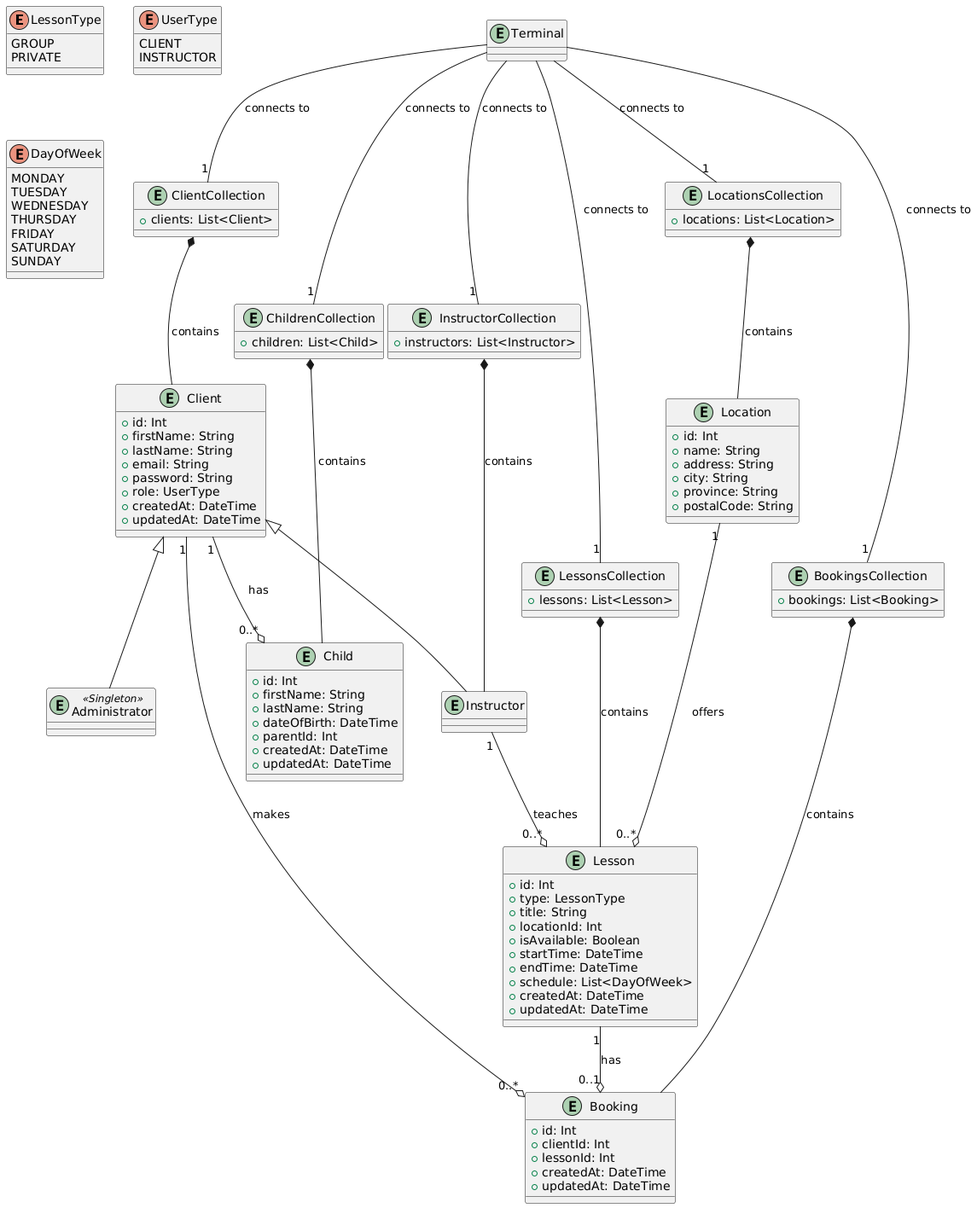
Before: iterationDeliverables/iteration-2/DomainModel/DomainModel.png, a diagram exported from PlantUML (Niravanaa/Alouer-SOEN342).
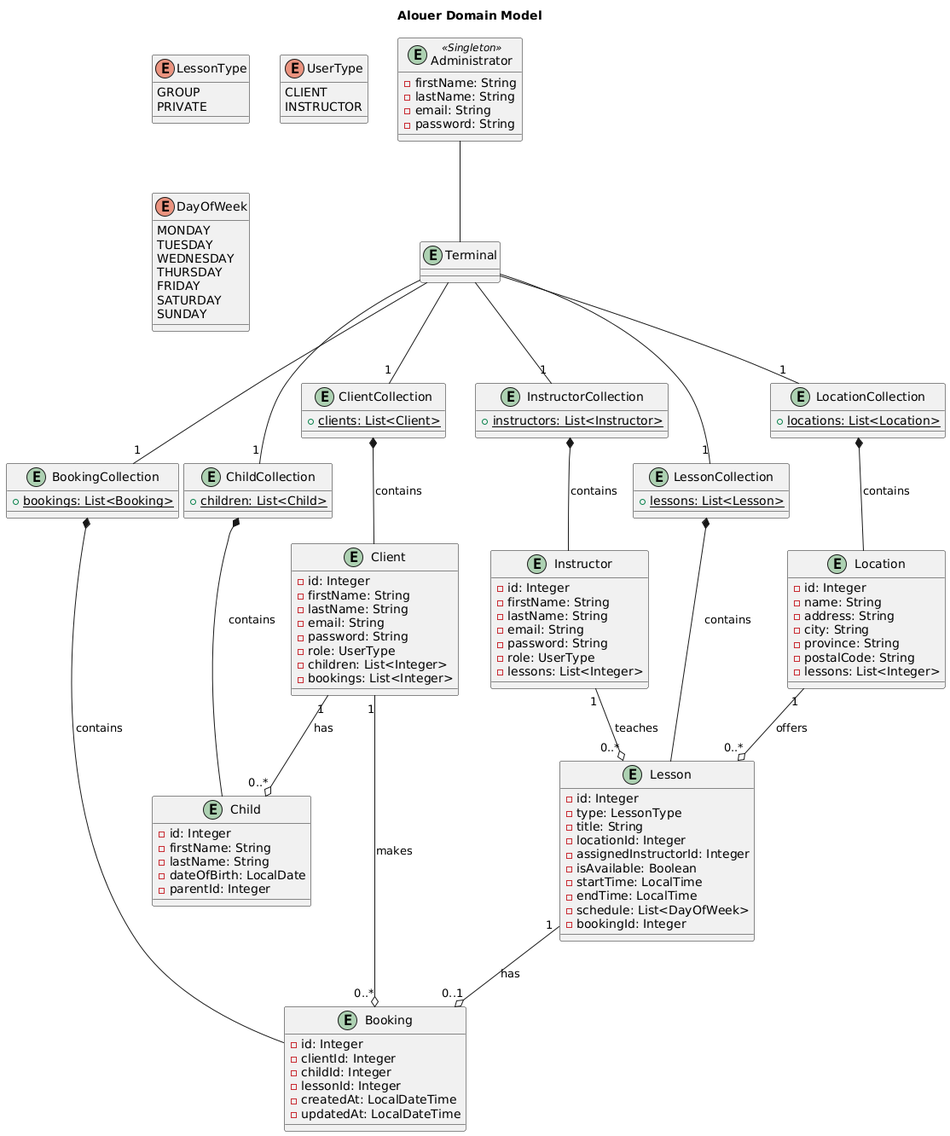
The same diagram one commit later.

Diff of the diagram source:
```diff
@@ -1,110 +1,127 @@
 @startuml
+title Alouer Domain Model
+
+
 enum LessonType {
-    GROUP
-    PRIVATE
+  GROUP
+  PRIVATE
 }
 
 enum UserType {
-    CLIENT
-    INSTRUCTOR
+  CLIENT
+  INSTRUCTOR
 }
 
 enum DayOfWeek {
-    MONDAY
-    TUESDAY
-    WEDNESDAY
-    THURSDAY
-    FRIDAY
-    SATURDAY
-    SUNDAY
+  MONDAY
+  TUESDAY
+  WEDNESDAY
+  THURSDAY
+  FRIDAY
+  SATURDAY
+  SUNDAY
 }
 
+
 entity "Administrator" <<Singleton>> {
+  -firstName: String
+  -lastName: String
+  -email: String
+  -password: String
+}
+
+entity "Child" {
+  -id: Integer
+  -firstName: String
+  -lastName: String
+  -dateOfBirth: LocalDate
+  -parentId: Integer
 }
 
 entity "Client" {
-    +id: Int
-    +firstName: String
-    +lastName: String
-    +email: String
-    +password: String
-    +role: UserType
-    +createdAt: DateTime
-    +updatedAt: DateTime
+  -id: Integer
+  -firstName: String
+  -lastName: String
+  -email: String
+  -password: String
+  -role: UserType
+  -children: List<Integer>
+  -bookings: List<Integer>
 }
 
-entity "Child" {
-    +id: Int
-    +firstName: String
-    +lastName: String
-    +dateOfBirth: DateTime
-    +parentId: Int
-    +createdAt: DateTime
-    +updatedAt: DateTime
+entity "Instructor" {
+  -id: Integer
+  -firstName: String
+  -lastName: String
+  -email: String
+  -password: String
+  -role: UserType
+  -lessons: List<Integer>
 }
 
 entity "Location" {
-    +id: Int
-    +name: String
-    +address: String
-    +city: String
-    +province: String
-    +postalCode: String
+  -id: Integer
+  -name: String
+  -address: String
+  -city: String
+  -province: String
+  -postalCode: String
+  -lessons: List<Integer>
+}
+
+
+entity "Booking" {
+  -id: Integer
+  -clientId: Integer
+  -childId: Integer
+  -lessonId: Integer
+  -createdAt: LocalDateTime
+  -updatedAt: LocalDateTime
 }
 
 entity "Lesson" {
-    +id: Int
-    +type: LessonType
-    +title: String
-    +locationId: Int
-    +isAvailable: Boolean
-    +startTime: DateTime
-    +endTime: DateTime
-    +schedule: List<DayOfWeek>
-    +createdAt: DateTime
-    +updatedAt: DateTime
+  -id: Integer
+  -type: LessonType
+  -title: String
+  -locationId: Integer
+  -assignedInstructorId: Integer
+  -isAvailable: Boolean
+  -startTime: LocalTime
+  -endTime: LocalTime
+  -schedule: List<DayOfWeek>
+  -bookingId: Integer
 }
 
-entity "Booking" {
-    +id: Int
-    +clientId: Int
-    +lessonId: Int
-    +createdAt: DateTime
-    +updatedAt: DateTime
+
+entity "BookingCollection" {
+  {static} +bookings: List<Booking>
 }
 
-entity "Instructor" {
+entity "ChildCollection" {
+  {static} +children: List<Child>
 }
 
 entity "ClientCollection" {
-    +clients: List<Client>
+  {static} +clients: List<Client>
 }
 
 entity "InstructorCollection" {
-    +instructors: List<Instructor>
+  {static} +instructors: List<Instructor>
 }
 
-entity "ChildrenCollection" {
-    +children: List<Child>
+entity "LessonCollection" {
+  {static} +lessons: List<Lesson>
 }
 
-entity "LocationsCollection" {
-    +locations: List<Location>
+entity "LocationCollection" {
+  {static} +locations: List<Location>
 }
 
-entity "LessonsCollection" {
-    +lessons: List<Lesson>
-}
 
-entity "BookingsCollection" {
-    +bookings: List<Booking>
-}
+entity "Terminal" {}
 
-entity "Terminal" {
-}
 
-Client <|-- Administrator
-Client <|-- Instructor
+"Administrator" -- "Terminal"
 
 Client "1" --o "0..*" Child : has
 Instructor "1" --o "0..*" Lesson : teaches
@@ -114,15 +131,15 @@
 
 "ClientCollection" *-- "Client" : contains
 "InstructorCollection" *-- "Instructor" : contains
-"ChildrenCollection" *-- "Child" : contains
-"LocationsCollection" *-- "Location" : contains
-"LessonsCollection" *-- "Lesson" : contains
-"BookingsCollection" *-- "Booking" : contains
+"ChildCollection" *-- "Child" : contains
+"LocationCollection" *-- "Location" : contains
+"LessonCollection" *-- "Lesson" : contains
+"BookingCollection" *-- "Booking" : contains
 
-"Terminal" -- "1" "ClientCollection" : connects to
-"Terminal" -- "1" "InstructorCollection" : connects to
-"Terminal" -- "1" "ChildrenCollection" : connects to
-"Terminal" -- "1" "LocationsCollection" : connects to
-"Terminal" -- "1" "LessonsCollection" : connects to
-"Terminal" -- "1" "BookingsCollection" : connects to
+"Terminal" -- "1" "ClientCollection"
+"Terminal" -- "1" "InstructorCollection"
+"Terminal" -- "1" "ChildCollection"
+"Terminal" -- "1" "LocationCollection"
+"Terminal" -- "1" "LessonCollection"
+"Terminal" -- "1" "BookingCollection"
 @enduml
```
